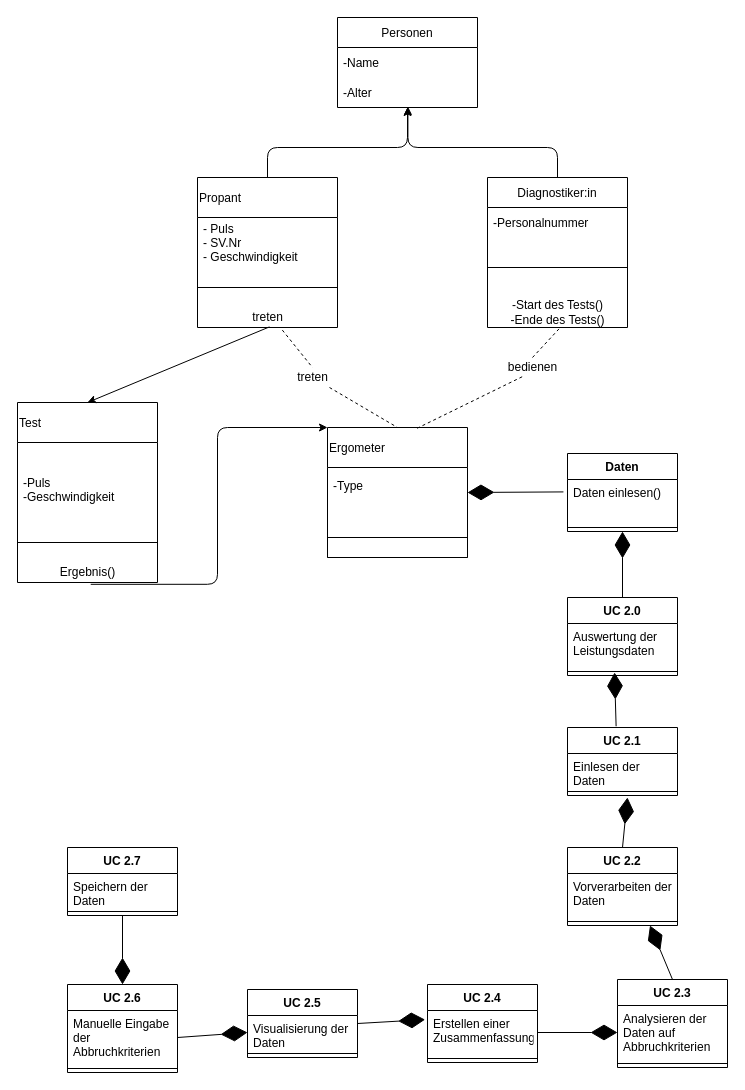
guflerrafael/MCI-MSE_Aufgaben keeps this draw.io diagram as PÜ3/UML.drawio. Above is the earlier version. Source tidied: cells renumbered, new cells numbered last; positions are measured from the earlier drawing's top-left corner, leaving out a move shared by most shapes. Both pictures are drawn from the tidied source at 100%, with x=0, y=0 at pixel (17, 17).
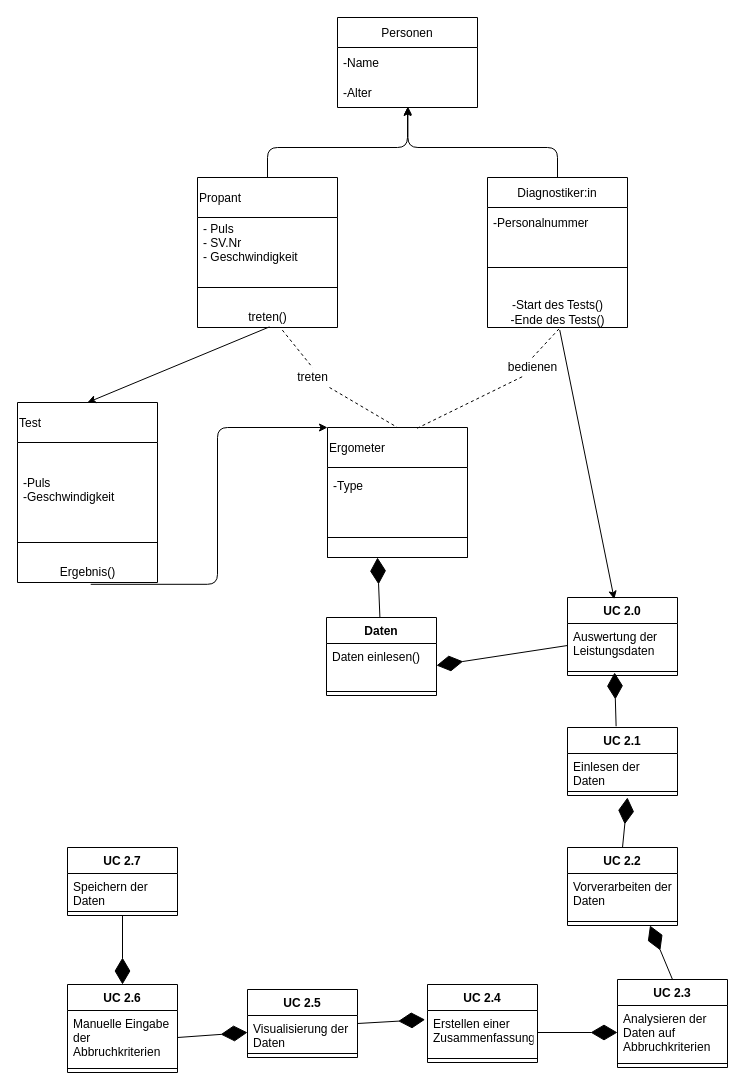
After the change.

The change refers to these unchanged cells:
```xml
<mxCell id="5" value="Propant" style="swimlane;fontStyle=0;horizontal=1;startSize=40;align=left;" parent="1" vertex="1">
  <mxGeometry x="180" y="160" width="140" height="150" as="geometry" />
</mxCell>
<mxCell id="12" value="-Start des Tests()&lt;br&gt;-Ende des Tests()" style="text;html=1;align=center;verticalAlign=middle;points=[];strokeColor=none;fillColor=none;" parent="9" vertex="1">
  <mxGeometry y="120" width="140" height="30" as="geometry" />
</mxCell>
<mxCell id="25" value="-Type&#10;" style="text;strokeColor=none;fillColor=none;align=left;verticalAlign=middle;spacingLeft=4;spacingRight=4;overflow=hidden;points=[[0,0.5],[1,0.5]];portConstraint=eastwest;" parent="24" vertex="1">
  <mxGeometry y="40" width="140" height="50" as="geometry" />
</mxCell>
<mxCell id="33" value="UC 2.0" style="swimlane;fontStyle=1;align=center;verticalAlign=top;horizontal=1;startSize=26;" parent="1" vertex="1">
  <mxGeometry x="550" y="580" width="110" height="78" as="geometry" />
</mxCell>
<mxCell id="34" value="Auswertung der &#10;Leistungsdaten" style="text;strokeColor=none;fillColor=none;align=left;verticalAlign=top;spacingLeft=4;spacingRight=4;overflow=hidden;points=[[0,0.5],[1,0.5]];portConstraint=eastwest;" parent="33" vertex="1">
  <mxGeometry y="26" width="110" height="44" as="geometry" />
</mxCell>
<mxCell id="61" value="Daten einlesen()" style="text;strokeColor=none;fillColor=none;align=left;verticalAlign=top;spacingLeft=4;spacingRight=4;overflow=hidden;points=[[0,0.5],[1,0.5]];portConstraint=eastwest;" parent="60" vertex="1">
  <mxGeometry y="26" width="110" height="44" as="geometry" />
</mxCell>
```

The edit, as a diff of the source:
```diff
@@
-    <mxCell id="8" value="treten" style="text;html=1;align=center;verticalAlign=middle;points=[];strokeColor=none;fillColor=none;" parent="5" vertex="1">
+    <mxCell id="8" value="treten()" style="text;html=1;align=center;verticalAlign=middle;points=[];strokeColor=none;fillColor=none;" parent="5" vertex="1">
       <mxGeometry y="130" width="140" height="20" as="geometry" />
     </mxCell>
@@
-    <mxCell id="54" style="endArrow=diamondThin;endFill=1;endSize=24;html=1;entryX=0.5;entryY=1;entryDx=0;entryDy=0;exitX=0.5;exitY=0;exitDx=0;exitDy=0;" parent="1" edge="1" source="33" target="60">
+    <mxCell id="54" style="endArrow=diamondThin;endFill=1;endSize=24;html=1;entryX=1;entryY=0.5;entryDx=0;entryDy=0;exitX=0;exitY=0.5;exitDx=0;exitDy=0;" parent="1" edge="1" source="34" target="61">
       <mxGeometry relative="1" as="geometry" />
     </mxCell>
@@
     <mxCell id="60" value="Daten" style="swimlane;fontStyle=1;align=center;verticalAlign=top;horizontal=1;startSize=26;" parent="1" vertex="1">
-      <mxGeometry x="550" y="436" width="110" height="78" as="geometry" />
+      <mxGeometry x="309" y="600" width="110" height="78" as="geometry" />
     </mxCell>
@@
-    <mxCell id="63" style="endArrow=diamondThin;endFill=1;endSize=24;html=1;exitX=-0.037;exitY=0.282;exitDx=0;exitDy=0;exitPerimeter=0;entryX=1;entryY=0.5;entryDx=0;entryDy=0;" parent="1" edge="1" source="61" target="25">
-      <mxGeometry relative="1" as="geometry" />
+    <mxCell id="63" style="endArrow=diamondThin;endFill=1;endSize=24;html=1;" parent="1" edge="1" source="60">
+      <mxGeometry relative="1" as="geometry">
+        <mxPoint x="360" y="540" as="targetPoint" />
+      </mxGeometry>
     </mxCell>
@@
+    <mxCell id="66" style="endArrow=classic;html=1;exitX=0.516;exitY=1.084;exitDx=0;exitDy=0;exitPerimeter=0;entryX=0.425;entryY=0.022;entryDx=0;entryDy=0;entryPerimeter=0;" parent="1" edge="1" source="12" target="33">
+      <mxGeometry relative="1" as="geometry" />
+    </mxCell>
```
